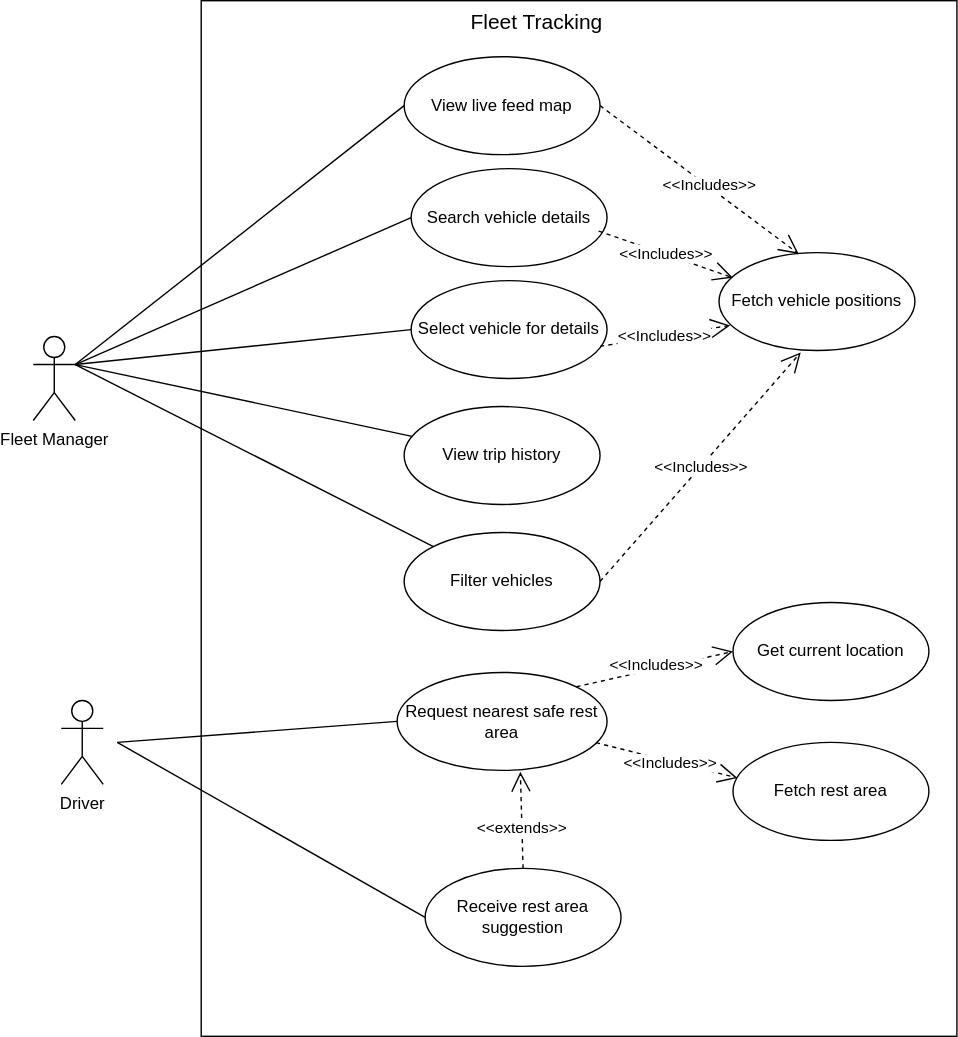
israel-motsokoane/images keeps this draw.io diagram as FleetTrackUseCase.drawio.svg. Above is the earlier version. Source tidied: cells renumbered, new cells last; positions are measured from the earlier drawing's top-left corner, leaving out a move shared by most shapes.
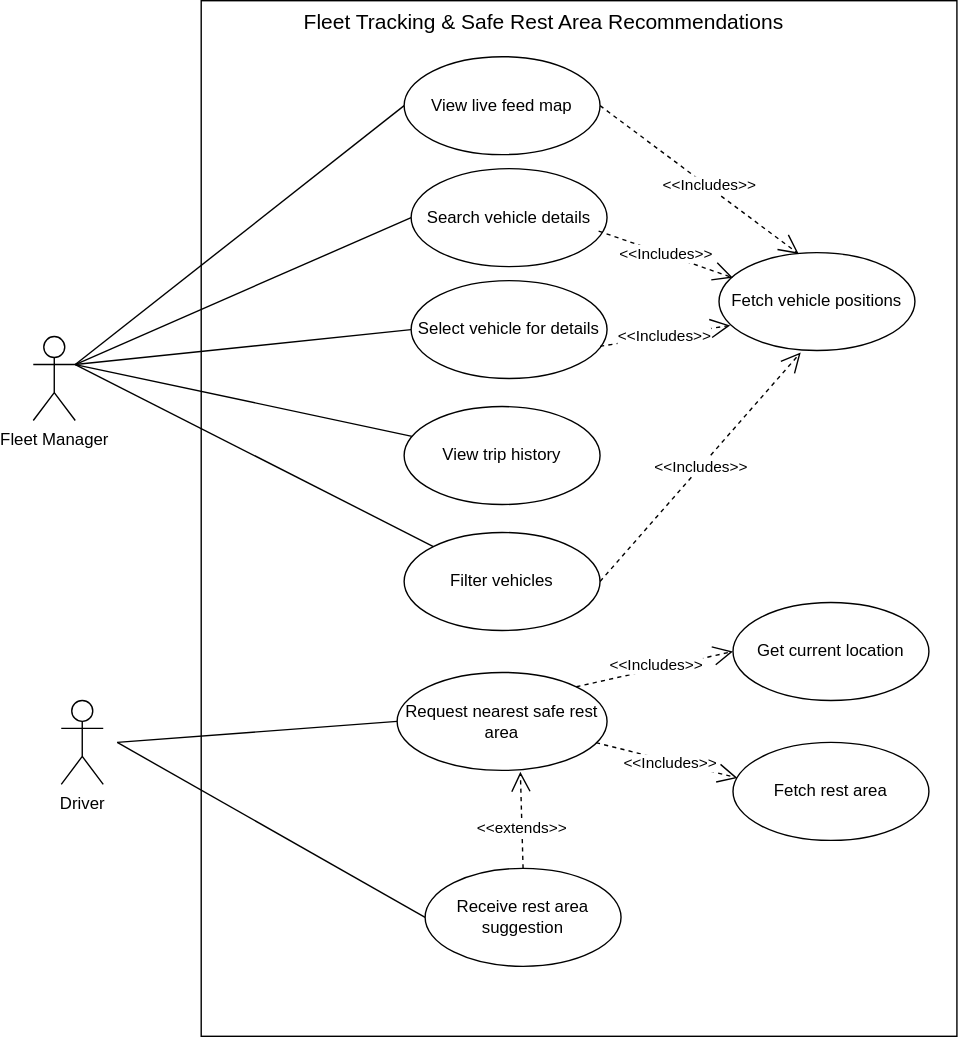
The same diagram one commit later.

What changed in the source:
```diff
@@ -32,8 +32,8 @@
     <mxCell id="11" style="endArrow=none;html=1;rounded=0;exitX=1;exitY=0.3333333333333333;exitDx=0;exitDy=0;exitPerimeter=0;" parent="1" edge="1" source="7" target="6">
       <mxGeometry relative="1" as="geometry" />
     </mxCell>
-    <mxCell id="12" value="Fleet Tracking" style="text;html=1;whiteSpace=wrap;strokeColor=none;fillColor=none;align=center;verticalAlign=middle;rounded=0;fontSize=15;" parent="1" vertex="1">
-      <mxGeometry x="290" width="140" height="30" as="geometry" />
+    <mxCell id="12" value="Fleet Tracking &amp;amp; Safe Rest Area Recommendations" style="text;html=1;whiteSpace=wrap;strokeColor=none;fillColor=none;align=center;verticalAlign=middle;rounded=0;fontSize=15;" parent="1" vertex="1">
+      <mxGeometry x="180" width="370" height="30" as="geometry" />
     </mxCell>
     <mxCell id="13" value="Request nearest safe rest area" style="ellipse;whiteSpace=wrap;html=1;" parent="1" vertex="1">
       <mxGeometry x="260" y="480" width="150" height="70" as="geometry" />
```
